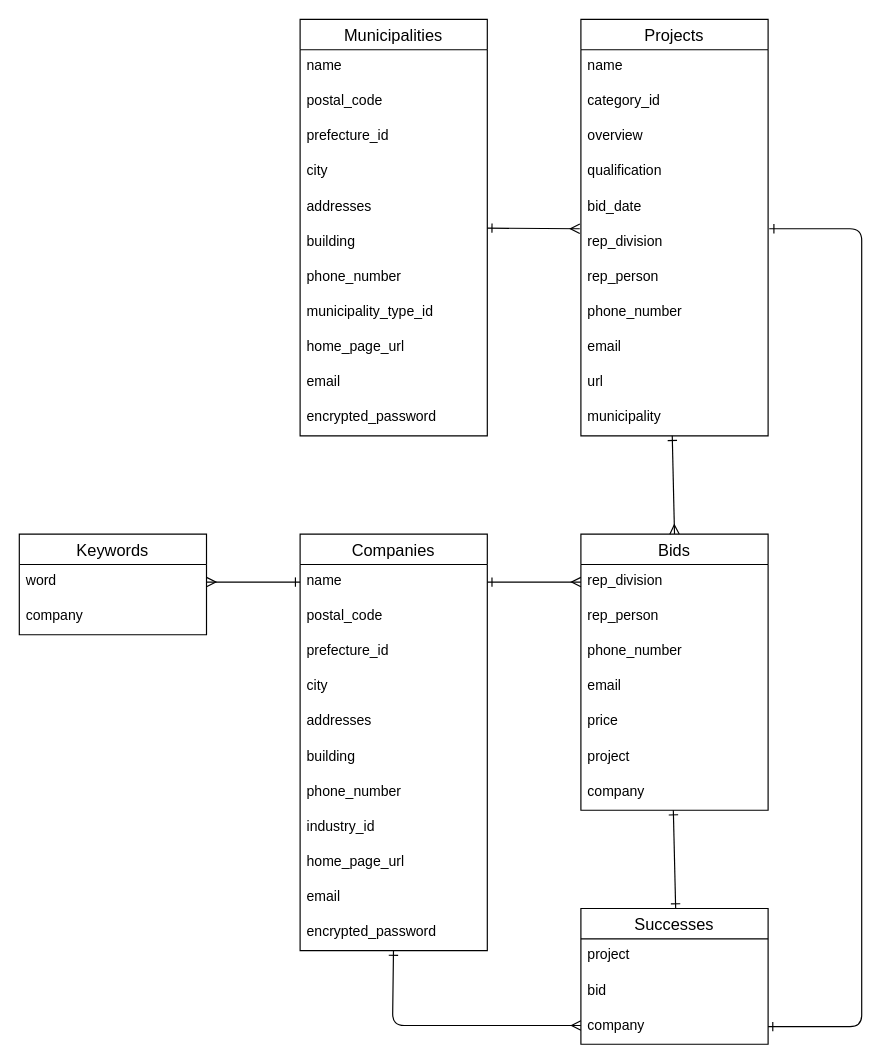
This is tables.dio from masaki-engineer/nyusatsu-online, a draw.io file, before an edit. Source tidied: cells renumbered, new cells numbered last; positions are measured from the earlier drawing's top-left corner, leaving out a move shared by most shapes. Both pictures are drawn from the tidied source at 117%, with x=0, y=0 at pixel (19, 19).
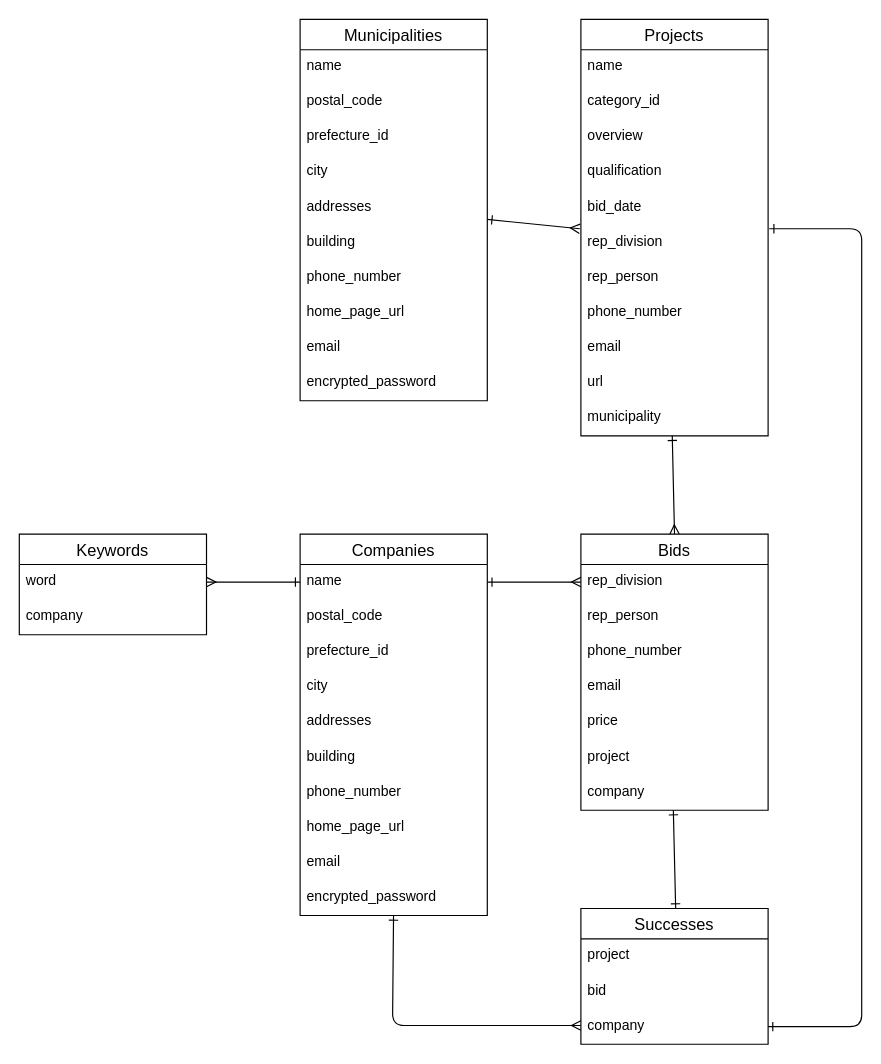
The same page after the edit.

Diff of the diagram source:
```diff
@@
     <mxCell id="3" value="Municipalities" style="swimlane;fontStyle=0;horizontal=1;startSize=26;align=center;fontSize=14;" parent="1" vertex="1">
-      <mxGeometry x="240" width="160" height="356" as="geometry" />
+      <mxGeometry x="240" width="160" height="326" as="geometry" />
     </mxCell>
@@
-    <mxCell id="11" value="municipality_type_id" style="text;strokeColor=none;fillColor=none;spacingLeft=4;spacingRight=4;overflow=hidden;fontSize=12;" parent="3" vertex="1">
-      <mxGeometry y="236" width="160" height="30" as="geometry" />
-    </mxCell>
     <mxCell id="12" value="home_page_url" style="text;strokeColor=none;fillColor=none;spacingLeft=4;spacingRight=4;overflow=hidden;fontSize=12;" parent="3" vertex="1">
-      <mxGeometry y="266" width="160" height="30" as="geometry" />
+      <mxGeometry y="236" width="160" height="30" as="geometry" />
     </mxCell>
     <mxCell id="13" value="email" style="text;strokeColor=none;fillColor=none;spacingLeft=4;spacingRight=4;overflow=hidden;fontSize=12;" parent="3" vertex="1">
-      <mxGeometry y="296" width="160" height="30" as="geometry" />
+      <mxGeometry y="266" width="160" height="30" as="geometry" />
     </mxCell>
     <mxCell id="14" value="encrypted_password" style="text;strokeColor=none;fillColor=none;spacingLeft=4;spacingRight=4;overflow=hidden;fontSize=12;" parent="3" vertex="1">
-      <mxGeometry y="326" width="160" height="30" as="geometry" />
+      <mxGeometry y="296" width="160" height="30" as="geometry" />
     </mxCell>
     <mxCell id="15" value="Companies" style="swimlane;fontStyle=0;horizontal=1;startSize=26;align=center;fontSize=14;" parent="1" vertex="1">
-      <mxGeometry x="240" y="440" width="160" height="356" as="geometry" />
+      <mxGeometry x="240" y="440" width="160" height="326" as="geometry" />
     </mxCell>
@@
-    <mxCell id="23" value="industry_id" style="text;strokeColor=none;fillColor=none;spacingLeft=4;spacingRight=4;overflow=hidden;fontSize=12;" parent="15" vertex="1">
-      <mxGeometry y="236" width="160" height="30" as="geometry" />
-    </mxCell>
     <mxCell id="24" value="home_page_url" style="text;strokeColor=none;fillColor=none;spacingLeft=4;spacingRight=4;overflow=hidden;fontSize=12;" parent="15" vertex="1">
-      <mxGeometry y="266" width="160" height="30" as="geometry" />
+      <mxGeometry y="236" width="160" height="30" as="geometry" />
     </mxCell>
     <mxCell id="25" value="email" style="text;strokeColor=none;fillColor=none;spacingLeft=4;spacingRight=4;overflow=hidden;fontSize=12;" parent="15" vertex="1">
-      <mxGeometry y="296" width="160" height="30" as="geometry" />
+      <mxGeometry y="266" width="160" height="30" as="geometry" />
     </mxCell>
     <mxCell id="26" value="encrypted_password" style="text;strokeColor=none;fillColor=none;spacingLeft=4;spacingRight=4;overflow=hidden;points=[[0,0.5],[1,0.5]];portConstraint=eastwest;fontSize=12;" parent="15" vertex="1">
-      <mxGeometry y="326" width="160" height="30" as="geometry" />
+      <mxGeometry y="296" width="160" height="30" as="geometry" />
     </mxCell>
```
